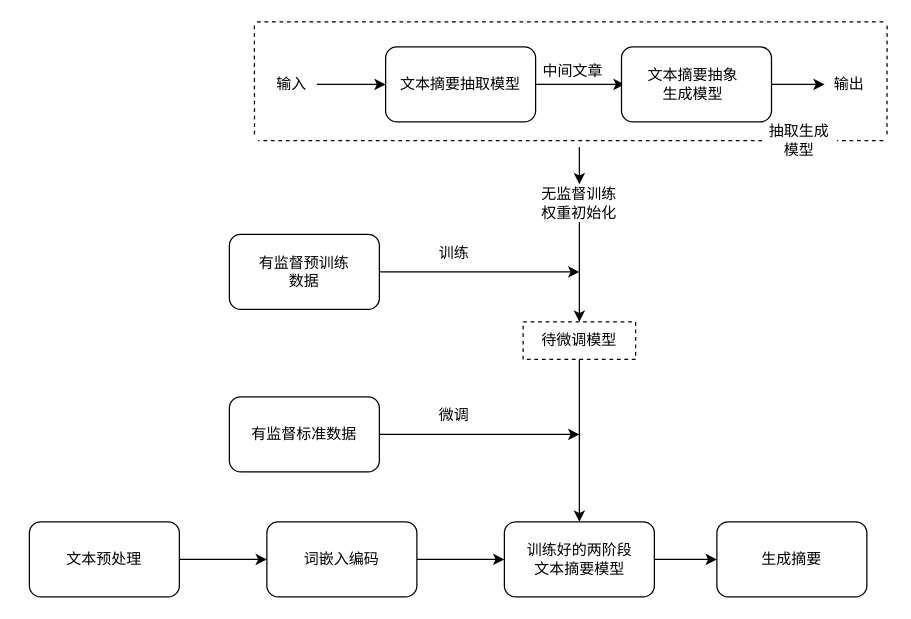
wan-wer/test keeps this draw.io diagram as 未命名绘图.drawio. Above is the earlier version. Source tidied: cells renumbered, new cells numbered last; positions are measured from the earlier drawing's top-left corner, leaving out a move shared by most shapes. Both pictures are drawn from the tidied source at 125%, with x=0, y=0 at pixel (29, 21).
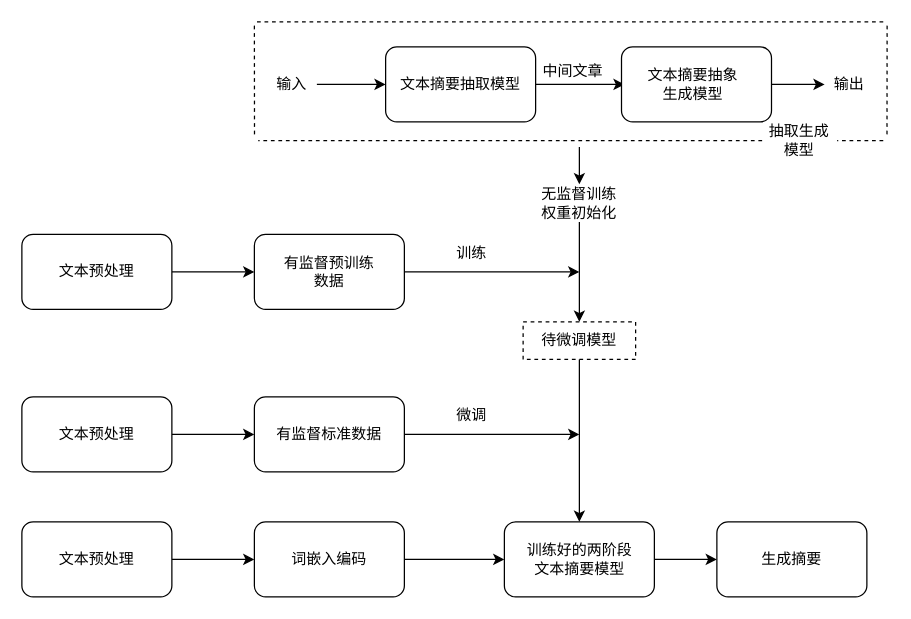
The same diagram, later.

Commit message:
摘要生成流程图.drawio

Change to the diagram source:
```diff
@@
     <mxCell id="3" style="rounded=1;whiteSpace=wrap;html=1;" parent="1" vertex="1">
-      <mxGeometry x="160" y="170" width="120" height="60" as="geometry" />
+      <mxGeometry x="180" y="170" width="120" height="60" as="geometry" />
     </mxCell>
@@
     <mxCell id="8" style="rounded=1;whiteSpace=wrap;html=1;" parent="1" vertex="1">
-      <mxGeometry x="190" y="400" width="120" height="60" as="geometry" />
+      <mxGeometry x="180" y="400" width="120" height="60" as="geometry" />
     </mxCell>
@@
     <mxCell id="10" style="rounded=1;whiteSpace=wrap;html=1;" parent="1" vertex="1">
-      <mxGeometry y="400" width="120" height="60" as="geometry" />
+      <mxGeometry x="-6" y="400" width="120" height="60" as="geometry" />
     </mxCell>
@@
     <mxCell id="14" value="有监督预训练数据" style="text;html=1;strokeColor=none;fillColor=none;align=center;verticalAlign=middle;whiteSpace=wrap;rounded=0;" parent="1" vertex="1">
-      <mxGeometry x="180" y="185" width="80" height="30" as="geometry" />
+      <mxGeometry x="200" y="185" width="80" height="30" as="geometry" />
     </mxCell>
     <mxCell id="15" value="文本预处理" style="text;html=1;strokeColor=none;fillColor=none;align=center;verticalAlign=middle;whiteSpace=wrap;rounded=0;" parent="1" vertex="1">
-      <mxGeometry x="25" y="415" width="70" height="30" as="geometry" />
+      <mxGeometry x="19" y="415" width="70" height="30" as="geometry" />
     </mxCell>
     <mxCell id="16" value="词嵌入编码" style="text;html=1;strokeColor=none;fillColor=none;align=center;verticalAlign=middle;whiteSpace=wrap;rounded=0;" parent="1" vertex="1">
-      <mxGeometry x="215" y="415" width="70" height="30" as="geometry" />
+      <mxGeometry x="205" y="415" width="70" height="30" as="geometry" />
     </mxCell>
@@
     <mxCell id="19" value="训练" style="text;html=1;strokeColor=none;fillColor=none;align=center;verticalAlign=middle;whiteSpace=wrap;rounded=0;" parent="1" vertex="1">
-      <mxGeometry x="310" y="170" width="60" height="30" as="geometry" />
+      <mxGeometry x="324" y="170" width="60" height="30" as="geometry" />
     </mxCell>
@@
     <mxCell id="36" style="rounded=1;whiteSpace=wrap;html=1;" parent="1" vertex="1">
-      <mxGeometry x="160" y="300" width="120" height="60" as="geometry" />
+      <mxGeometry x="180" y="300" width="120" height="60" as="geometry" />
     </mxCell>
     <mxCell id="37" value="有监督标准数据" style="text;html=1;strokeColor=none;fillColor=none;align=center;verticalAlign=middle;whiteSpace=wrap;rounded=0;" parent="1" vertex="1">
-      <mxGeometry x="175" y="315" width="90" height="30" as="geometry" />
+      <mxGeometry x="195" y="315" width="90" height="30" as="geometry" />
     </mxCell>
     <mxCell id="38" value="微调" style="text;html=1;strokeColor=none;fillColor=none;align=center;verticalAlign=middle;whiteSpace=wrap;rounded=0;" parent="1" vertex="1">
-      <mxGeometry x="310" y="300" width="60" height="30" as="geometry" />
+      <mxGeometry x="324" y="300" width="60" height="30" as="geometry" />
     </mxCell>
@@
+    <mxCell id="43" style="edgeStyle=orthogonalEdgeStyle;rounded=0;jettySize=auto;html=1;entryX=0;entryY=0.5;entryDx=0;entryDy=0;" parent="1" edge="1" source="44" target="36">
+      <mxGeometry relative="1" as="geometry" />
+    </mxCell>
+    <mxCell id="44" style="rounded=1;whiteSpace=wrap;html=1;" parent="1" vertex="1">
+      <mxGeometry x="-6" y="300" width="120" height="60" as="geometry" />
+    </mxCell>
+    <mxCell id="45" value="文本预处理" style="text;html=1;strokeColor=none;fillColor=none;align=center;verticalAlign=middle;whiteSpace=wrap;rounded=0;" parent="1" vertex="1">
+      <mxGeometry x="19" y="315" width="70" height="30" as="geometry" />
+    </mxCell>
+    <mxCell id="46" style="edgeStyle=orthogonalEdgeStyle;rounded=0;jettySize=auto;html=1;" parent="1" edge="1" source="47" target="3">
+      <mxGeometry relative="1" as="geometry" />
+    </mxCell>
+    <mxCell id="47" style="rounded=1;whiteSpace=wrap;html=1;" parent="1" vertex="1">
+      <mxGeometry x="-6" y="170" width="120" height="60" as="geometry" />
+    </mxCell>
+    <mxCell id="48" value="文本预处理" style="text;html=1;strokeColor=none;fillColor=none;align=center;verticalAlign=middle;whiteSpace=wrap;rounded=0;" parent="1" vertex="1">
+      <mxGeometry x="19" y="185" width="70" height="30" as="geometry" />
+    </mxCell>
```
